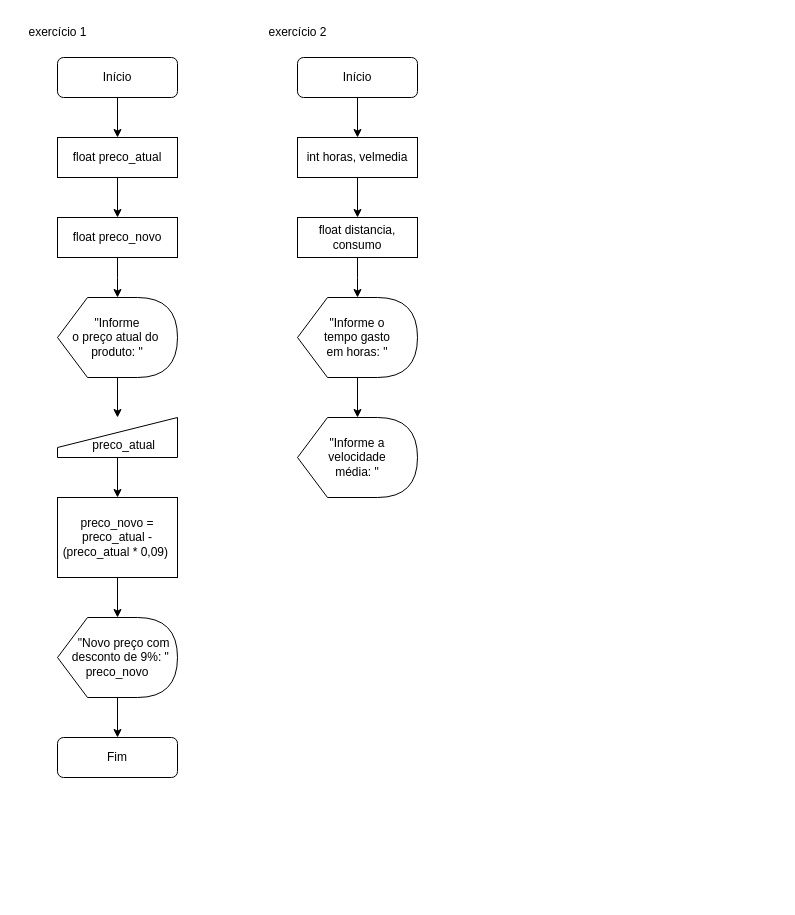
This is Diagrama sem nome.drawio from walleskalima/Fluxogramas-II, a draw.io file, before an edit. Source tidied: cells renumbered, new cells numbered last; positions are measured from the earlier drawing's top-left corner, leaving out a move shared by most shapes. Both pictures are drawn from the tidied source at 100%, with x=0, y=0 at pixel (17, 17).
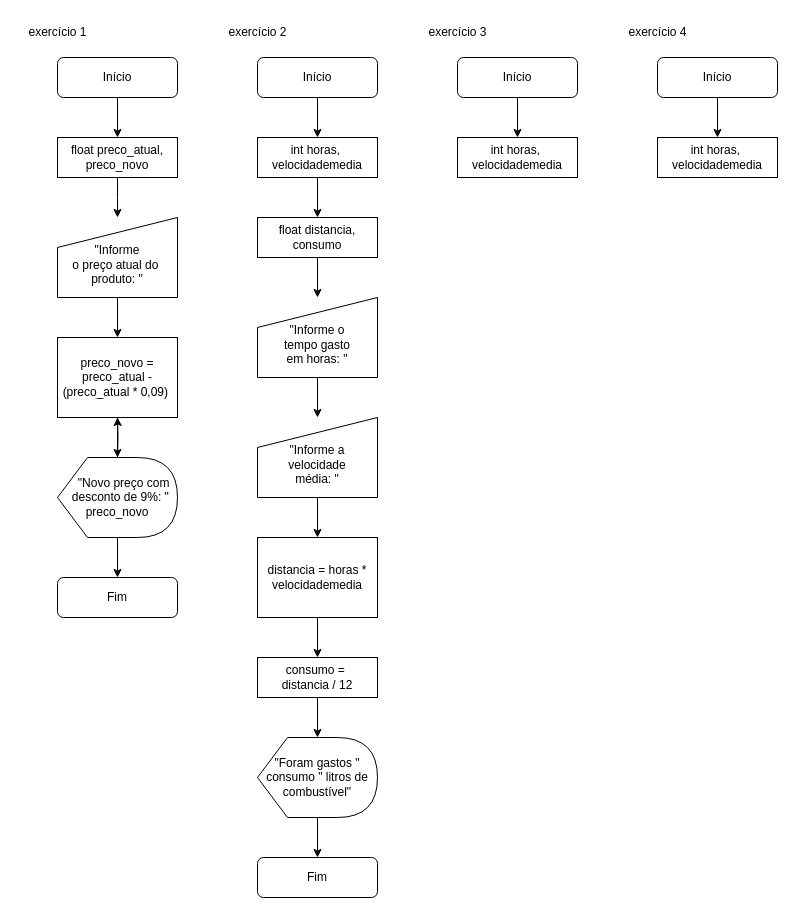
The same diagram, later.

The edit, as a diff of the source:
```diff
@@
-    <mxCell id="4" style="edgeStyle=orthogonalEdgeStyle;rounded=0;jettySize=auto;html=1;" parent="1" edge="1" source="5" target="15">
-      <mxGeometry relative="1" as="geometry">
-        <Array as="points">
-          <mxPoint x="100" y="400" />
-          <mxPoint x="100" y="400" />
-        </Array>
-      </mxGeometry>
-    </mxCell>
-    <mxCell id="5" value="&quot;Informe &lt;br&gt;o preço atual do&amp;nbsp; produto: &quot;" style="shape=display;whiteSpace=wrap;html=1;" parent="1" vertex="1">
-      <mxGeometry x="40" y="280" width="120" height="80" as="geometry" />
-    </mxCell>
-    <mxCell id="6" style="edgeStyle=orthogonalEdgeStyle;rounded=0;jettySize=auto;html=1;" parent="1" edge="1" source="7">
-      <mxGeometry relative="1" as="geometry">
-        <mxPoint x="100" y="280" as="targetPoint" />
-      </mxGeometry>
-    </mxCell>
-    <mxCell id="7" value="float preco_novo" style="whiteSpace=wrap;html=1;" parent="1" vertex="1">
-      <mxGeometry x="40" y="200" width="120" height="40" as="geometry" />
-    </mxCell>
-    <mxCell id="8" style="edgeStyle=orthogonalEdgeStyle;rounded=0;jettySize=auto;html=1;exitX=0.5;exitY=1;exitDx=0;exitDy=0;" parent="1" edge="1" source="15" target="12">
-      <mxGeometry relative="1" as="geometry" />
+    <mxCell id="8" style="edgeStyle=orthogonalEdgeStyle;rounded=0;jettySize=auto;html=1;exitX=0.5;exitY=1;exitDx=0;exitDy=0;" parent="1" edge="1" target="12">
+      <mxGeometry relative="1" as="geometry">
+        <mxPoint x="100" y="440" as="sourcePoint" />
+      </mxGeometry>
     </mxCell>
-    <mxCell id="9" style="edgeStyle=orthogonalEdgeStyle;rounded=0;jettySize=auto;html=1;" parent="1" edge="1" source="10" target="7">
-      <mxGeometry relative="1" as="geometry" />
+    <mxCell id="9" style="edgeStyle=orthogonalEdgeStyle;rounded=0;jettySize=auto;html=1;" parent="1" edge="1" source="10">
+      <mxGeometry relative="1" as="geometry">
+        <mxPoint x="100" y="200" as="targetPoint" />
+      </mxGeometry>
     </mxCell>
-    <mxCell id="10" value="float preco_atual" style="whiteSpace=wrap;html=1;" parent="1" vertex="1">
+    <mxCell id="10" value="float preco_atual, preco_novo" style="whiteSpace=wrap;html=1;" parent="1" vertex="1">
       <mxGeometry x="40" y="120" width="120" height="40" as="geometry" />
     </mxCell>
@@
     <mxCell id="12" value="preco_novo = preco_atual - (preco_atual * 0,09)&amp;nbsp;" style="rounded=0;whiteSpace=wrap;html=1;" parent="1" vertex="1">
-      <mxGeometry x="40" y="480" width="120" height="80" as="geometry" />
+      <mxGeometry x="40" y="320" width="120" height="80" as="geometry" />
     </mxCell>
@@
     <mxCell id="14" value="&amp;nbsp; &amp;nbsp; &amp;nbsp;&quot;Novo preço com&amp;nbsp; &amp;nbsp; desconto de 9%: &quot; preco_novo" style="shape=display;whiteSpace=wrap;html=1;" parent="1" vertex="1">
-      <mxGeometry x="40" y="600" width="120" height="80" as="geometry" />
+      <mxGeometry x="40" y="440" width="120" height="80" as="geometry" />
     </mxCell>
-    <mxCell id="15" value="&amp;nbsp; &amp;nbsp;&lt;br&gt;&lt;font&gt;&amp;nbsp; &amp;nbsp; preco_atual&lt;/font&gt;" style="shape=manualInput;whiteSpace=wrap;html=1;" parent="1" vertex="1">
-      <mxGeometry x="40" y="400" width="120" height="40" as="geometry" />
-    </mxCell>
     <mxCell id="16" value="Fim" style="rounded=1;whiteSpace=wrap;html=1;" parent="1" vertex="1">
-      <mxGeometry x="40" y="720" width="120" height="40" as="geometry" />
+      <mxGeometry x="40" y="560" width="120" height="40" as="geometry" />
     </mxCell>
@@
     <mxCell id="18" value="exercício 2" style="text;html=1;align=center;verticalAlign=middle;strokeColor=none;fillColor=none;" parent="1" vertex="1">
-      <mxGeometry x="240" width="80" height="30" as="geometry" />
+      <mxGeometry x="200" width="80" height="30" as="geometry" />
     </mxCell>
@@
     <mxCell id="20" value="Início" style="rounded=1;whiteSpace=wrap;html=1;" parent="1" vertex="1">
-      <mxGeometry x="280" y="40" width="120" height="40" as="geometry" />
+      <mxGeometry x="240" y="40" width="120" height="40" as="geometry" />
     </mxCell>
@@
-    <mxCell id="22" value="&lt;font&gt;int horas,&amp;nbsp;&lt;/font&gt;velmedia" style="rounded=0;whiteSpace=wrap;html=1;" parent="1" vertex="1">
-      <mxGeometry x="280" y="120" width="120" height="40" as="geometry" />
+    <mxCell id="22" value="&lt;font&gt;int horas,&amp;nbsp;&lt;br&gt;&lt;/font&gt;velocidademedia" style="rounded=0;whiteSpace=wrap;html=1;" parent="1" vertex="1">
+      <mxGeometry x="240" y="120" width="120" height="40" as="geometry" />
     </mxCell>
-    <mxCell id="23" style="edgeStyle=orthogonalEdgeStyle;rounded=0;jettySize=auto;html=1;" parent="1" edge="1" source="24">
-      <mxGeometry relative="1" as="geometry">
-        <mxPoint x="340" y="280" as="targetPoint" />
-      </mxGeometry>
-    </mxCell>
+    <mxCell id="28" style="edgeStyle=orthogonalEdgeStyle;rounded=0;jettySize=auto;html=1;" parent="1" edge="1" source="24" target="26">
+      <mxGeometry relative="1" as="geometry" />
+    </mxCell>
     <mxCell id="24" value="float distancia, consumo" style="rounded=0;whiteSpace=wrap;html=1;" parent="1" vertex="1">
-      <mxGeometry x="280" y="200" width="120" height="40" as="geometry" />
+      <mxGeometry x="240" y="200" width="120" height="40" as="geometry" />
     </mxCell>
@@
-    <mxCell id="26" value="&lt;font&gt;&lt;font&gt;&quot;Informe o&lt;/font&gt;&lt;br&gt;tempo&amp;nbsp;&lt;/font&gt;&lt;font&gt;gasto&lt;/font&gt;&lt;br&gt;&lt;font&gt;em horas: &quot;&lt;/font&gt;" style="shape=display;whiteSpace=wrap;html=1;" parent="1" vertex="1">
-      <mxGeometry x="280" y="280" width="120" height="80" as="geometry" />
+    <mxCell id="26" value="&lt;font style=&quot;border-color: var(--border-color);&quot;&gt;&lt;font style=&quot;border-color: var(--border-color);&quot;&gt;&lt;br&gt;&quot;Informe o&lt;/font&gt;&lt;br style=&quot;border-color: var(--border-color);&quot;&gt;tempo&amp;nbsp;&lt;/font&gt;&lt;font style=&quot;border-color: var(--border-color);&quot;&gt;gasto&lt;/font&gt;&lt;br style=&quot;border-color: var(--border-color);&quot;&gt;&lt;font style=&quot;border-color: var(--border-color);&quot;&gt;em horas: &quot;&lt;/font&gt;" style="shape=manualInput;whiteSpace=wrap;html=1;" parent="1" vertex="1">
+      <mxGeometry x="240" y="280" width="120" height="80" as="geometry" />
     </mxCell>
+    <mxCell id="29" style="edgeStyle=orthogonalEdgeStyle;rounded=0;jettySize=auto;html=1;" parent="1" edge="1" source="27" target="32">
+      <mxGeometry relative="1" as="geometry" />
+    </mxCell>
-    <mxCell id="27" value="&quot;Informe a &lt;br&gt;velocidade &lt;br&gt;média: &quot;" style="shape=display;whiteSpace=wrap;html=1;" parent="1" vertex="1">
-      <mxGeometry x="280" y="400" width="120" height="80" as="geometry" />
+    <mxCell id="27" value="&lt;br&gt;&quot;Informe a&lt;br style=&quot;border-color: var(--border-color);&quot;&gt;velocidade&lt;br style=&quot;border-color: var(--border-color);&quot;&gt;média: &quot;" style="shape=manualInput;whiteSpace=wrap;html=1;" parent="1" vertex="1">
+      <mxGeometry x="240" y="400" width="120" height="80" as="geometry" />
     </mxCell>
+    <mxCell id="30" style="edgeStyle=orthogonalEdgeStyle;rounded=0;jettySize=auto;html=1;" parent="1" edge="1" source="5" target="12">
+      <mxGeometry relative="1" as="geometry" />
+    </mxCell>
+    <mxCell id="5" value="&lt;br&gt;&quot;Informe&lt;br style=&quot;border-color: var(--border-color);&quot;&gt;o preço atual do&amp;nbsp; produto: &quot;" style="shape=manualInput;whiteSpace=wrap;html=1;" parent="1" vertex="1">
+      <mxGeometry x="40" y="200" width="120" height="80" as="geometry" />
+    </mxCell>
+    <mxCell id="31" style="edgeStyle=orthogonalEdgeStyle;rounded=0;jettySize=auto;html=1;" parent="1" edge="1" source="32" target="34">
+      <mxGeometry relative="1" as="geometry" />
+    </mxCell>
+    <mxCell id="32" value="distancia =&amp;nbsp;horas * velocidademedia" style="rounded=0;whiteSpace=wrap;html=1;" parent="1" vertex="1">
+      <mxGeometry x="240" y="520" width="120" height="80" as="geometry" />
+    </mxCell>
+    <mxCell id="33" style="edgeStyle=orthogonalEdgeStyle;rounded=0;jettySize=auto;html=1;" parent="1" edge="1" source="34" target="36">
+      <mxGeometry relative="1" as="geometry" />
+    </mxCell>
+    <mxCell id="34" value="consumo =&amp;nbsp;&lt;br&gt;distancia / 12" style="rounded=0;whiteSpace=wrap;html=1;" parent="1" vertex="1">
+      <mxGeometry x="240" y="640" width="120" height="40" as="geometry" />
+    </mxCell>
+    <mxCell id="35" style="edgeStyle=orthogonalEdgeStyle;rounded=0;jettySize=auto;html=1;" parent="1" edge="1" source="36" target="37">
+      <mxGeometry relative="1" as="geometry" />
+    </mxCell>
+    <mxCell id="36" value="&quot;Foram gastos &quot; consumo &quot; litros de combustível&quot;" style="shape=display;whiteSpace=wrap;html=1;" parent="1" vertex="1">
+      <mxGeometry x="240" y="720" width="120" height="80" as="geometry" />
+    </mxCell>
+    <mxCell id="37" value="Fim" style="rounded=1;whiteSpace=wrap;html=1;" parent="1" vertex="1">
+      <mxGeometry x="240" y="840" width="120" height="40" as="geometry" />
+    </mxCell>
+    <mxCell id="38" value="exercício 3" style="text;html=1;align=center;verticalAlign=middle;strokeColor=none;fillColor=none;" parent="1" vertex="1">
+      <mxGeometry x="400" width="80" height="30" as="geometry" />
+    </mxCell>
+    <mxCell id="39" value="exercício 4" style="text;html=1;align=center;verticalAlign=middle;strokeColor=none;fillColor=none;" parent="1" vertex="1">
+      <mxGeometry x="600" width="80" height="30" as="geometry" />
+    </mxCell>
+    <mxCell id="40" style="edgeStyle=orthogonalEdgeStyle;rounded=0;jettySize=auto;html=1;" parent="1" edge="1" source="41" target="44">
+      <mxGeometry relative="1" as="geometry" />
+    </mxCell>
+    <mxCell id="41" value="Início" style="rounded=1;whiteSpace=wrap;html=1;" parent="1" vertex="1">
+      <mxGeometry x="440" y="40" width="120" height="40" as="geometry" />
+    </mxCell>
+    <mxCell id="42" style="edgeStyle=orthogonalEdgeStyle;rounded=0;jettySize=auto;html=1;" parent="1" edge="1" source="43" target="45">
+      <mxGeometry relative="1" as="geometry" />
+    </mxCell>
+    <mxCell id="43" value="Início" style="rounded=1;whiteSpace=wrap;html=1;" parent="1" vertex="1">
+      <mxGeometry x="640" y="40" width="120" height="40" as="geometry" />
+    </mxCell>
+    <mxCell id="44" value="&lt;font&gt;int horas,&amp;nbsp;&lt;br&gt;&lt;/font&gt;velocidademedia" style="rounded=0;whiteSpace=wrap;html=1;" parent="1" vertex="1">
+      <mxGeometry x="440" y="120" width="120" height="40" as="geometry" />
+    </mxCell>
+    <mxCell id="45" value="&lt;font&gt;int horas,&amp;nbsp;&lt;br&gt;&lt;/font&gt;velocidademedia" style="rounded=0;whiteSpace=wrap;html=1;" parent="1" vertex="1">
+      <mxGeometry x="640" y="120" width="120" height="40" as="geometry" />
+    </mxCell>
```
